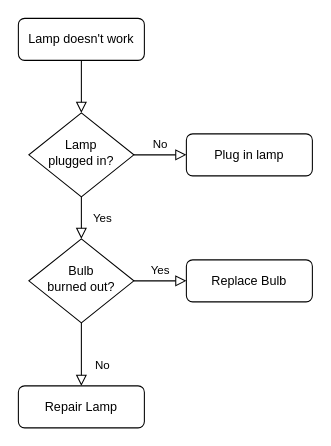
Above: 未命名绘图.drawio in budaniao88/sdxx (draw.io), before the change. Source tidied: cells renumbered, new cells numbered last; positions are measured from the earlier drawing's top-left corner, leaving out a move shared by most shapes. Both pictures are drawn from the tidied source at 105%, with x=0, y=0 at pixel (18, 18).
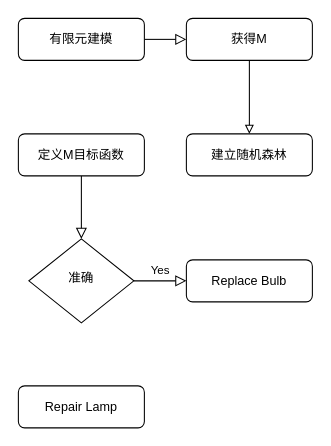
After the change.

Diff of the diagram source:
```diff
@@
 <mxGraphModel>
   <root>
     <mxCell id="0" />
     <mxCell id="1" parent="0" />
-    <mxCell id="2" style="rounded=0;html=1;jettySize=auto;fontSize=11;endArrow=block;endFill=0;endSize=8;strokeWidth=1;shadow=0;labelBackgroundColor=none;edgeStyle=orthogonalEdgeStyle;" parent="1" edge="1" source="3" target="6">
+    <mxCell id="2" style="rounded=0;html=1;jettySize=auto;fontSize=11;endArrow=block;endFill=0;endSize=8;strokeWidth=1;shadow=0;labelBackgroundColor=none;edgeStyle=orthogonalEdgeStyle;entryX=0;entryY=0.5;entryDx=0;entryDy=0;" parent="1" edge="1" source="3" target="14">
       <mxGeometry relative="1" as="geometry" />
     </mxCell>
-    <mxCell id="3" value="Lamp doesn't work" style="rounded=1;whiteSpace=wrap;html=1;fontSize=12;glass=0;strokeWidth=1;shadow=0;" parent="1" vertex="1">
+    <mxCell id="3" value="有限元建模" style="rounded=1;whiteSpace=wrap;html=1;fontSize=12;glass=0;strokeWidth=1;shadow=0;" parent="1" vertex="1">
       <mxGeometry width="120" height="40" as="geometry" />
     </mxCell>
-    <mxCell id="4" value="Yes" style="rounded=0;html=1;jettySize=auto;fontSize=11;endArrow=block;endFill=0;endSize=8;strokeWidth=1;shadow=0;labelBackgroundColor=none;edgeStyle=orthogonalEdgeStyle;" parent="1" edge="1" source="6" target="10">
+    <mxCell id="4" style="rounded=0;html=1;jettySize=auto;fontSize=11;endArrow=block;endFill=0;endSize=8;strokeWidth=1;shadow=0;labelBackgroundColor=none;edgeStyle=orthogonalEdgeStyle;exitX=0.5;exitY=1;exitDx=0;exitDy=0;" parent="1" edge="1" source="15" target="10">
       <mxGeometry y="20" relative="1" as="geometry" />
     </mxCell>
-    <mxCell id="5" value="No" style="edgeStyle=orthogonalEdgeStyle;rounded=0;html=1;jettySize=auto;fontSize=11;endArrow=block;endFill=0;endSize=8;strokeWidth=1;shadow=0;labelBackgroundColor=none;" parent="1" edge="1" source="6" target="7">
-      <mxGeometry y="10" relative="1" as="geometry" />
-    </mxCell>
-    <mxCell id="6" value="Lamp&lt;br&gt;plugged in?" style="rhombus;whiteSpace=wrap;html=1;shadow=0;fontFamily=Helvetica;fontSize=12;align=center;strokeWidth=1;spacing=6;spacingTop=-4;" parent="1" vertex="1">
-      <mxGeometry x="10" y="90" width="100" height="80" as="geometry" />
-    </mxCell>
-    <mxCell id="7" value="Plug in lamp" style="rounded=1;whiteSpace=wrap;html=1;fontSize=12;glass=0;strokeWidth=1;shadow=0;" parent="1" vertex="1">
+    <mxCell id="7" value="建立随机森林" style="rounded=1;whiteSpace=wrap;html=1;fontSize=12;glass=0;strokeWidth=1;shadow=0;" parent="1" vertex="1">
       <mxGeometry x="160" y="110" width="120" height="40" as="geometry" />
     </mxCell>
-    <mxCell id="8" value="No" style="rounded=0;html=1;jettySize=auto;fontSize=11;endArrow=block;endFill=0;endSize=8;strokeWidth=1;shadow=0;labelBackgroundColor=none;edgeStyle=orthogonalEdgeStyle;" parent="1" edge="1" source="10" target="11">
-      <mxGeometry x="0.33" y="20" relative="1" as="geometry" />
-    </mxCell>
     <mxCell id="9" value="Yes" style="edgeStyle=orthogonalEdgeStyle;rounded=0;html=1;jettySize=auto;fontSize=11;endArrow=block;endFill=0;endSize=8;strokeWidth=1;shadow=0;labelBackgroundColor=none;" parent="1" edge="1" source="10" target="12">
       <mxGeometry y="10" relative="1" as="geometry" />
     </mxCell>
-    <mxCell id="10" value="Bulb&lt;br&gt;burned out?" style="rhombus;whiteSpace=wrap;html=1;shadow=0;fontFamily=Helvetica;fontSize=12;align=center;strokeWidth=1;spacing=6;spacingTop=-4;" parent="1" vertex="1">
+    <mxCell id="10" value="准确" style="rhombus;whiteSpace=wrap;html=1;shadow=0;fontFamily=Helvetica;fontSize=12;align=center;strokeWidth=1;spacing=6;spacingTop=-4;" parent="1" vertex="1">
       <mxGeometry x="10" y="210" width="100" height="80" as="geometry" />
     </mxCell>
     <mxCell id="11" value="Repair Lamp" style="rounded=1;whiteSpace=wrap;html=1;fontSize=12;glass=0;strokeWidth=1;shadow=0;" parent="1" vertex="1">
       <mxGeometry y="350" width="120" height="40" as="geometry" />
     </mxCell>
     <mxCell id="12" value="Replace Bulb" style="rounded=1;whiteSpace=wrap;html=1;fontSize=12;glass=0;strokeWidth=1;shadow=0;" parent="1" vertex="1">
       <mxGeometry x="160" y="230" width="120" height="40" as="geometry" />
     </mxCell>
+    <mxCell id="13" style="edgeStyle=orthogonalEdgeStyle;rounded=0;jettySize=auto;html=1;exitX=0.5;exitY=1;exitDx=0;exitDy=0;endArrow=block;endFill=0;" parent="1" edge="1" source="14" target="7">
+      <mxGeometry relative="1" as="geometry" />
+    </mxCell>
+    <mxCell id="14" value="获得M" style="rounded=1;whiteSpace=wrap;html=1;fontSize=12;glass=0;strokeWidth=1;shadow=0;" parent="1" vertex="1">
+      <mxGeometry x="160" width="120" height="40" as="geometry" />
+    </mxCell>
+    <mxCell id="15" value="定义M目标函数" style="rounded=1;whiteSpace=wrap;html=1;" parent="1" vertex="1">
+      <mxGeometry y="110" width="120" height="40" as="geometry" />
+    </mxCell>
   </root>
 </mxGraphModel>
```
